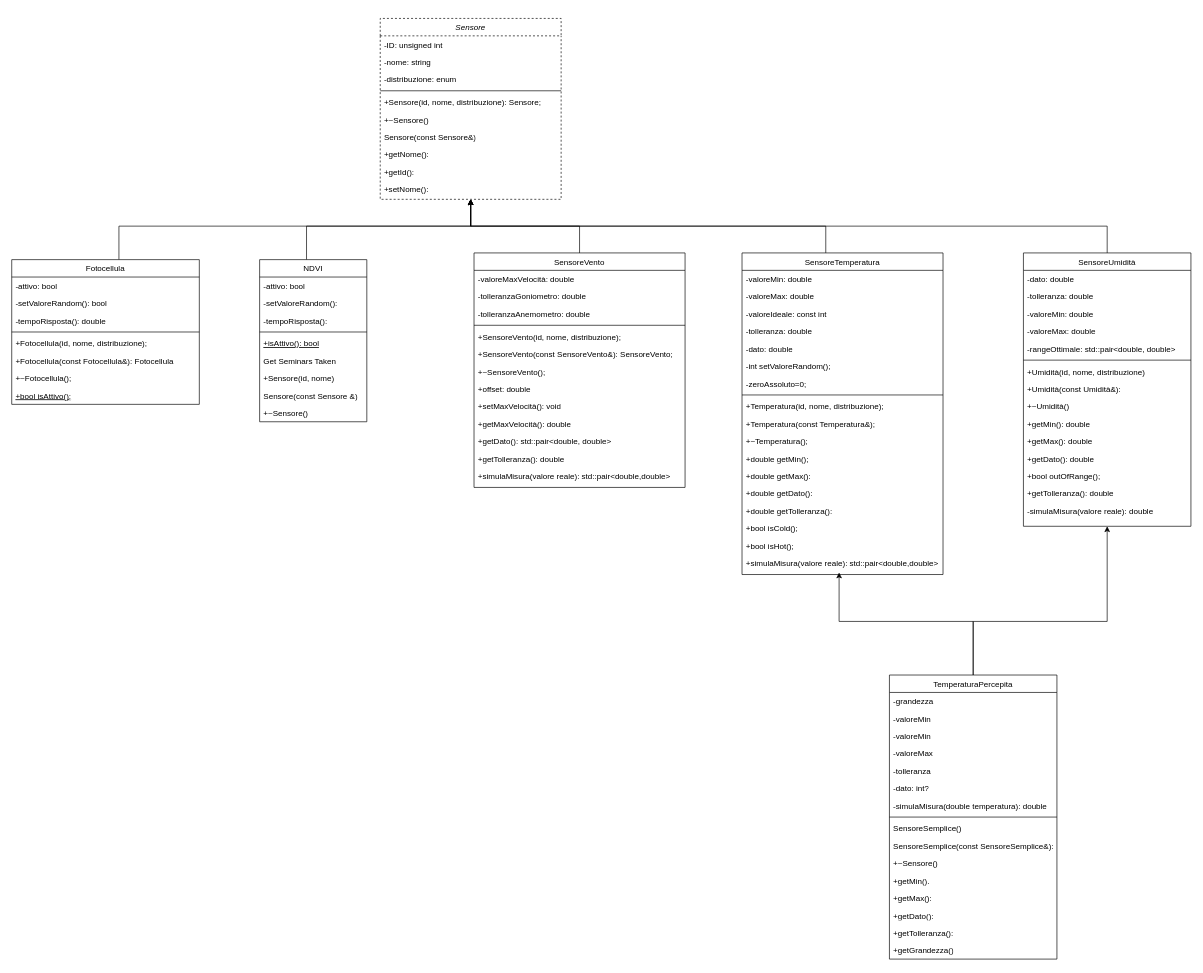
The draw.io diagram Pao2024lo.drawio in matteoumatche/PAO2024, before the edit. Source tidied: cells renumbered, new cells numbered last; positions are measured from the earlier drawing's top-left corner, leaving out a move shared by most shapes. Both pictures are drawn from the tidied source at 67%, with x=0, y=0 at pixel (11, 18).
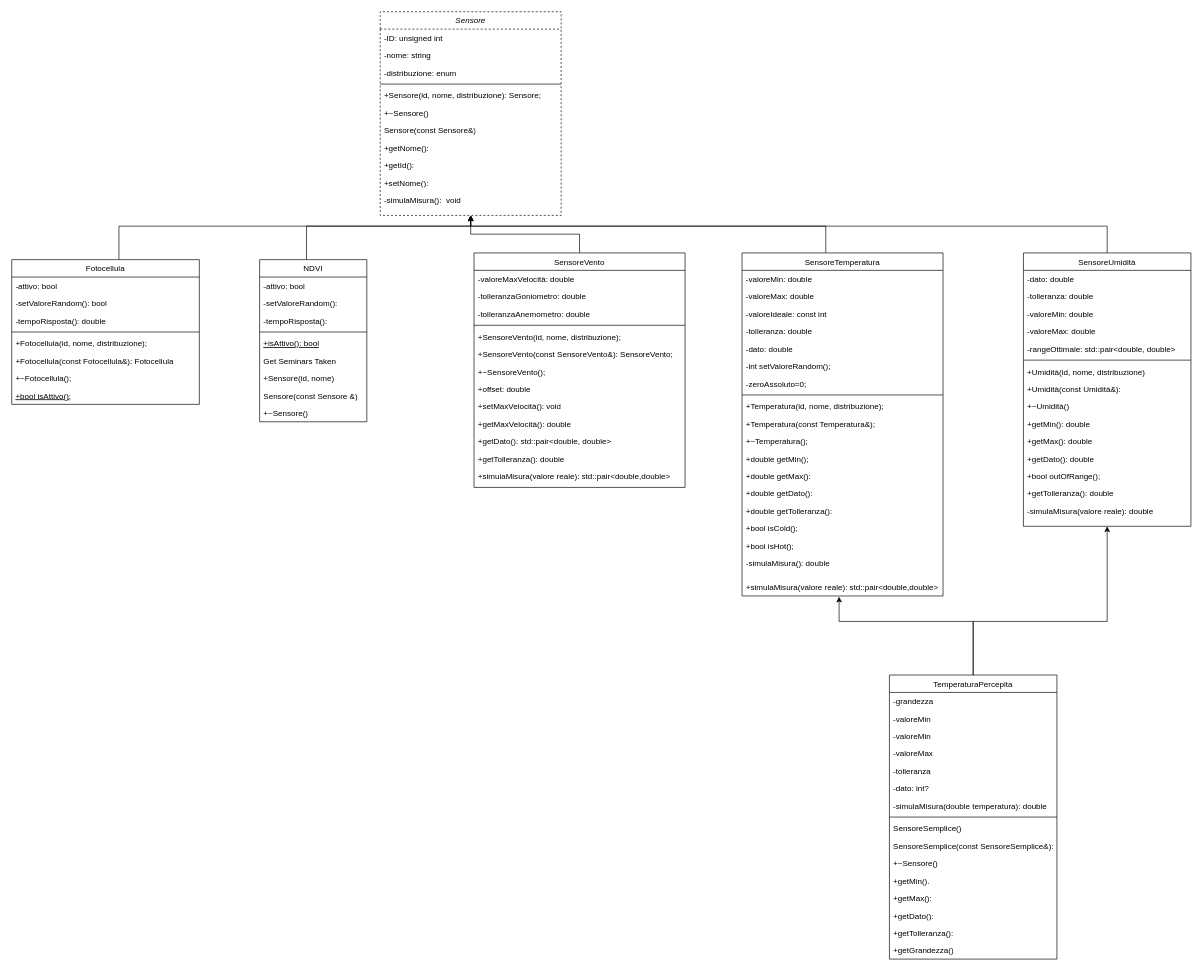
The same diagram, later.

Diff of the diagram source:
```diff
@@
     <mxCell id="2" value="Sensore" style="swimlane;fontStyle=2;align=center;verticalAlign=top;horizontal=1;startSize=26;rounded=0;shadow=0;strokeWidth=1;dashed=1;" parent="1" vertex="1">
-      <mxGeometry x="550" width="270" height="270" as="geometry" />
+      <mxGeometry x="550" y="-10" width="270" height="304" as="geometry" />
     </mxCell>
@@
+    <mxCell id="105" value="-simulaMisura():&amp;nbsp; void" style="text;strokeColor=none;fillColor=none;align=left;verticalAlign=top;spacingLeft=4;spacingRight=4;overflow=hidden;whiteSpace=wrap;html=1;" parent="2" vertex="1">
+      <mxGeometry y="268" width="270" height="36" as="geometry" />
+    </mxCell>
@@
     <mxCell id="39" value="SensoreTemperatura" style="swimlane;fontStyle=0;align=center;verticalAlign=top;horizontal=1;startSize=26;rounded=0;shadow=0;strokeWidth=1;" parent="1" vertex="1">
-      <mxGeometry x="1090" y="350" width="300" height="480" as="geometry" />
+      <mxGeometry x="1090" y="350" width="300" height="512" as="geometry" />
     </mxCell>
@@
+    <mxCell id="106" value="-simulaMisura(): double&amp;nbsp;" style="text;strokeColor=none;fillColor=none;align=left;verticalAlign=top;spacingLeft=4;spacingRight=4;overflow=hidden;whiteSpace=wrap;html=1;" parent="39" vertex="1">
+      <mxGeometry y="450" width="300" height="36" as="geometry" />
+    </mxCell>
     <mxCell id="57" value="+simulaMisura(valore reale): std::pair&amp;lt;double,double&amp;gt;" style="text;strokeColor=none;fillColor=none;align=left;verticalAlign=top;spacingLeft=4;spacingRight=4;overflow=hidden;points=[[0,0.5],[1,0.5]];portConstraint=eastwest;whiteSpace=wrap;html=1;" parent="39" vertex="1">
-      <mxGeometry y="450" width="300" height="26" as="geometry" />
+      <mxGeometry y="486" width="300" height="26" as="geometry" />
     </mxCell>
```
